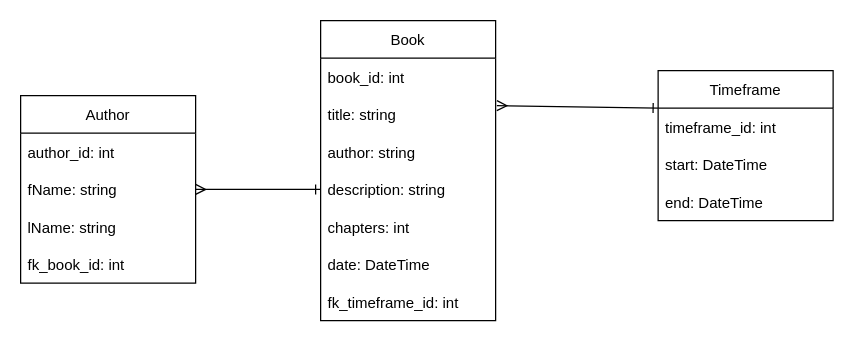
Earlier version of the draw.io diagram page "UML" (3 of 3) of Philipp/01_library.drawio (mastapetz/BE16-DBDev-DAY1-Peter-Philipp). Source tidied: cells renumbered, new cells numbered last; positions are measured from the earlier drawing's top-left corner, leaving out a move shared by most shapes. Both pictures are drawn from the tidied source at 125%, with x=0, y=0 at pixel (20, 20).
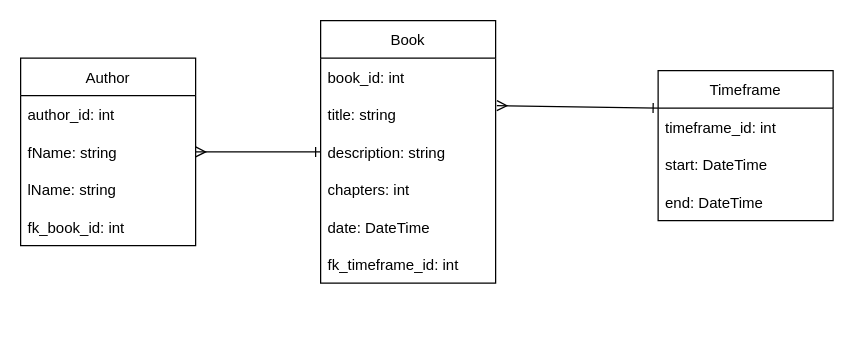
The same page after the edit.

Commit message:
remove author attribute from book

The edit, as a diff of the source:
```diff
@@
     <mxCell id="2" value="Book" style="swimlane;fontStyle=0;horizontal=1;startSize=30;" parent="1" vertex="1">
-      <mxGeometry x="240" width="140" height="240" as="geometry" />
+      <mxGeometry x="240" width="140" height="210" as="geometry" />
     </mxCell>
@@
-    <mxCell id="5" value="author: string" style="text;strokeColor=none;fillColor=none;align=left;verticalAlign=middle;spacingLeft=4;spacingRight=4;overflow=hidden;" parent="2" vertex="1">
-      <mxGeometry y="90" width="140" height="30" as="geometry" />
-    </mxCell>
     <mxCell id="6" value="description: string" style="text;strokeColor=none;fillColor=none;align=left;verticalAlign=middle;spacingLeft=4;spacingRight=4;overflow=hidden;points=[[0,0.5],[1,0.5]];portConstraint=eastwest;" parent="2" vertex="1">
-      <mxGeometry y="120" width="140" height="30" as="geometry" />
+      <mxGeometry y="90" width="140" height="30" as="geometry" />
     </mxCell>
     <mxCell id="7" value="chapters: int" style="text;strokeColor=none;fillColor=none;align=left;verticalAlign=middle;spacingLeft=4;spacingRight=4;overflow=hidden;" parent="2" vertex="1">
-      <mxGeometry y="150" width="140" height="30" as="geometry" />
+      <mxGeometry y="120" width="140" height="30" as="geometry" />
     </mxCell>
     <mxCell id="8" value="date: DateTime" style="text;strokeColor=none;fillColor=none;align=left;verticalAlign=middle;spacingLeft=4;spacingRight=4;overflow=hidden;" parent="2" vertex="1">
-      <mxGeometry y="180" width="140" height="30" as="geometry" />
+      <mxGeometry y="150" width="140" height="30" as="geometry" />
     </mxCell>
     <mxCell id="9" value="fk_timeframe_id: int" style="text;strokeColor=none;fillColor=none;align=left;verticalAlign=middle;spacingLeft=4;spacingRight=4;overflow=hidden;" parent="2" vertex="1">
-      <mxGeometry y="210" width="140" height="30" as="geometry" />
+      <mxGeometry y="180" width="140" height="30" as="geometry" />
     </mxCell>
@@
     <mxCell id="16" value="Author" style="swimlane;fontStyle=0;horizontal=1;startSize=30;" parent="1" vertex="1">
-      <mxGeometry y="60" width="140" height="150" as="geometry" />
+      <mxGeometry y="30" width="140" height="150" as="geometry" />
     </mxCell>
```
